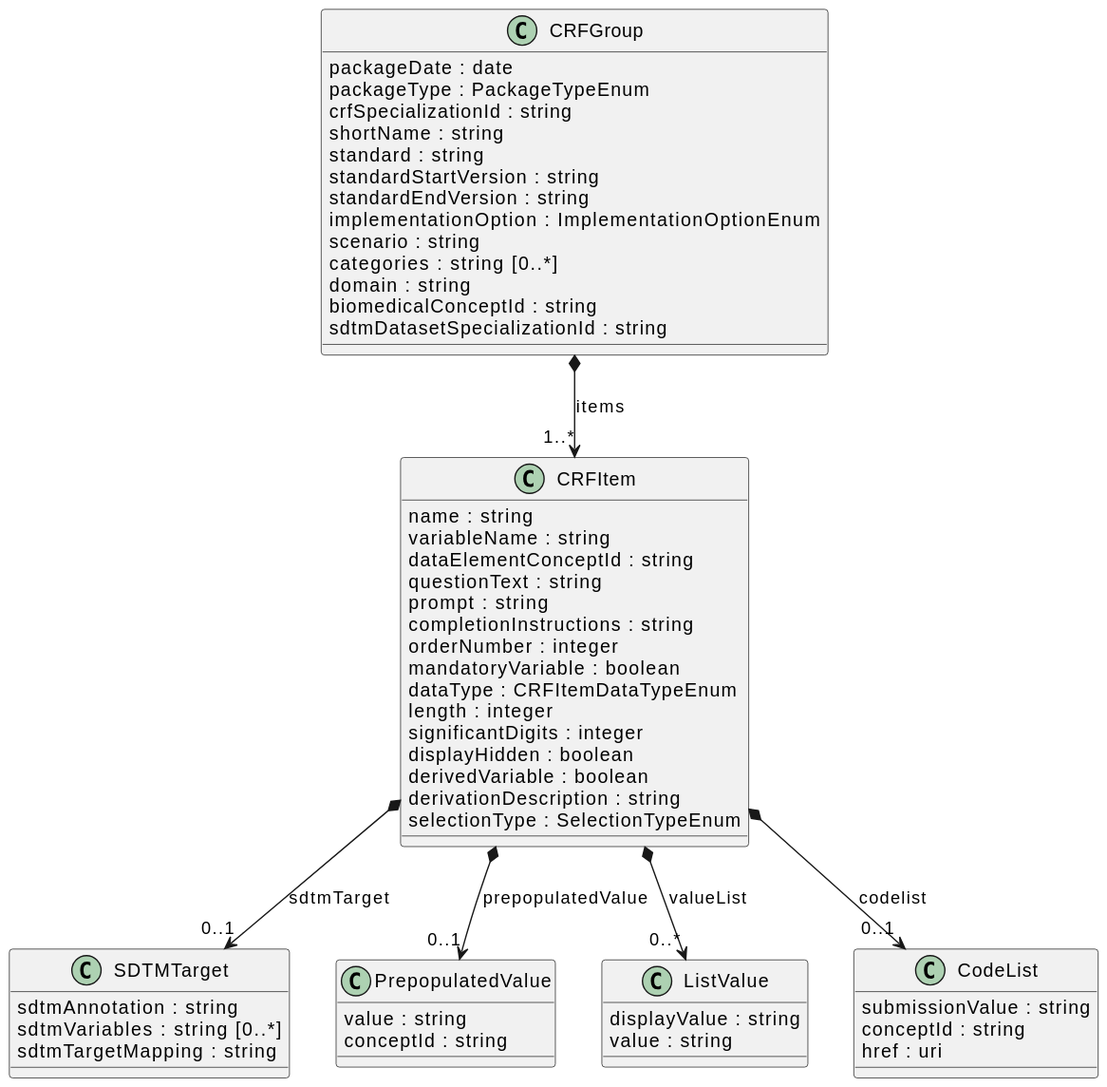
Before: model/COSMoS-Biomedical-Concepts-CRF-Schema.svg, a diagram exported from PlantUML (cdisc-org/COSMoS).
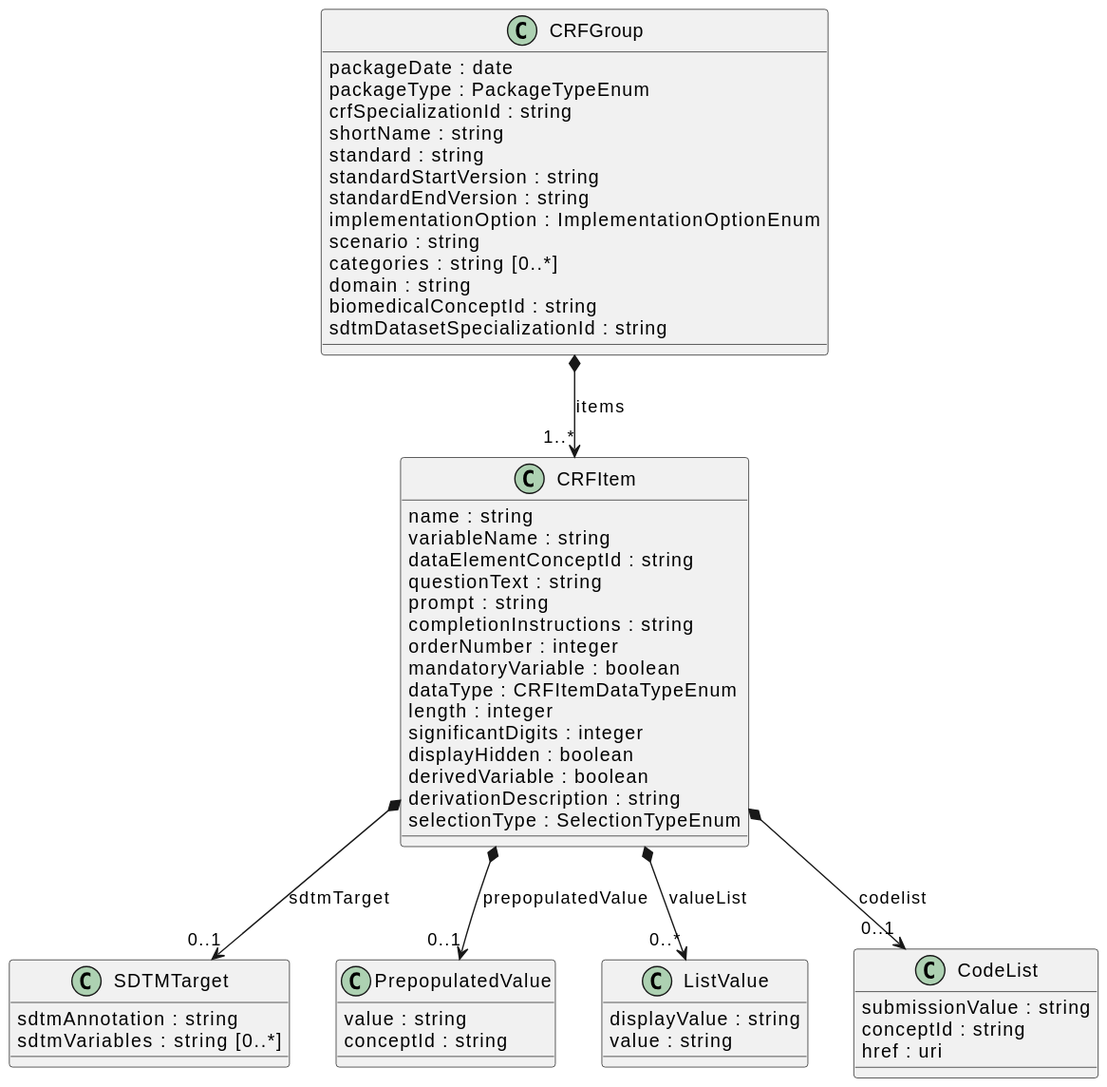
Above is the later version.

Change to the diagram source:
```diff
@@ -19,7 +19,6 @@
 class "SDTMTarget" [[{None}]] {
     {field} sdtmAnnotation : string
     {field} sdtmVariables : string  [0..*]
-    {field} sdtmTargetMapping : string
 }
 "CRFItem" *--> "0..1" "SDTMTarget" : "sdtmTarget"
 class "PrepopulatedValue" [[{None}]] {
```
